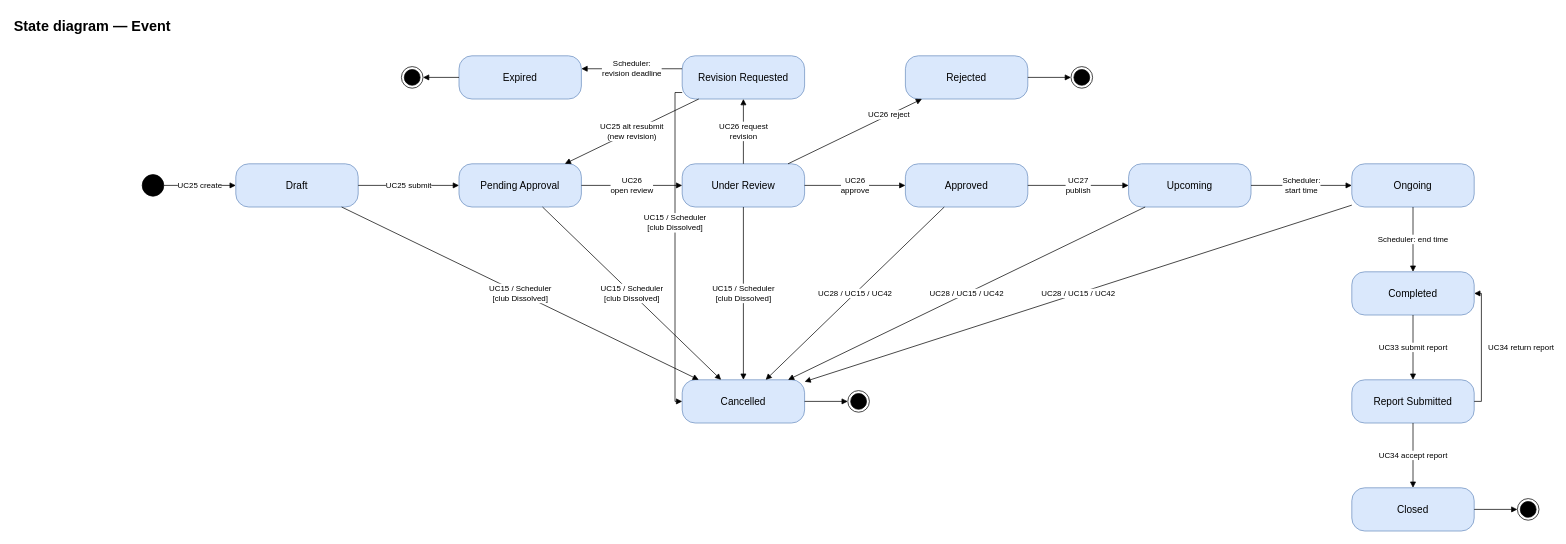
The draw.io diagram page "Event" (6 of 8) of docs/03-diagrams/UCMS_State_Diagrams.drawio in nvdekay/ClubManagementSystem, before the edit. Source tidied: cells renumbered, new cells numbered last; positions are measured from the earlier drawing's top-left corner, leaving out a move shared by most shapes. Both pictures are drawn from the tidied source at 72%, with x=0, y=0 at pixel (12, 12).
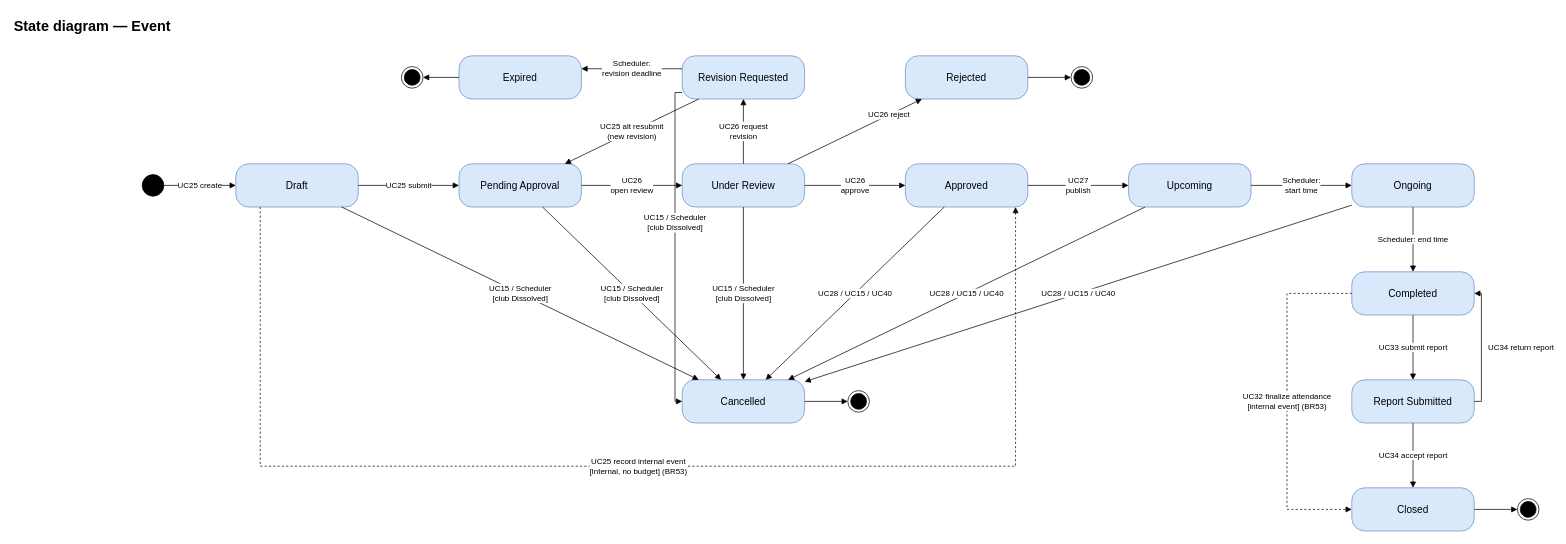
After the change.

The change refers to these unchanged cells:
```xml
<mxCell id="5" value="Draft" style="rounded=1;arcSize=30;whiteSpace=wrap;html=1;fillColor=#dae8fc;strokeColor=#6c8ebf;fontSize=14;" parent="1" vertex="1">
  <mxGeometry x="310" y="210" width="170" height="60" as="geometry" />
</mxCell>
<mxCell id="8" value="Approved" style="rounded=1;arcSize=30;whiteSpace=wrap;html=1;fillColor=#dae8fc;strokeColor=#6c8ebf;fontSize=14;" parent="1" vertex="1">
  <mxGeometry x="1240" y="210" width="170" height="60" as="geometry" />
</mxCell>
<mxCell id="9" value="Upcoming" style="rounded=1;arcSize=30;whiteSpace=wrap;html=1;fillColor=#dae8fc;strokeColor=#6c8ebf;fontSize=14;" parent="1" vertex="1">
  <mxGeometry x="1550" y="210" width="170" height="60" as="geometry" />
</mxCell>
<mxCell id="10" value="Ongoing" style="rounded=1;arcSize=30;whiteSpace=wrap;html=1;fillColor=#dae8fc;strokeColor=#6c8ebf;fontSize=14;" parent="1" vertex="1">
  <mxGeometry x="1860" y="210" width="170" height="60" as="geometry" />
</mxCell>
<mxCell id="11" value="Completed" style="rounded=1;arcSize=30;whiteSpace=wrap;html=1;fillColor=#dae8fc;strokeColor=#6c8ebf;fontSize=14;" parent="1" vertex="1">
  <mxGeometry x="1860" y="360" width="170" height="60" as="geometry" />
</mxCell>
<mxCell id="13" value="Closed" style="rounded=1;arcSize=30;whiteSpace=wrap;html=1;fillColor=#dae8fc;strokeColor=#6c8ebf;fontSize=14;" parent="1" vertex="1">
  <mxGeometry x="1860" y="660" width="170" height="60" as="geometry" />
</mxCell>
<mxCell id="14" value="Cancelled" style="rounded=1;arcSize=30;whiteSpace=wrap;html=1;fillColor=#dae8fc;strokeColor=#6c8ebf;fontSize=14;" parent="1" vertex="1">
  <mxGeometry x="930" y="510" width="170" height="60" as="geometry" />
</mxCell>
```

What changed in the source:
```diff
@@
-    <mxCell id="35" value="UC28 / UC15 / UC42" style="endArrow=block;endFill=1;html=1;rounded=0;fontSize=11;labelBackgroundColor=#ffffff;" parent="1" edge="1" source="8" target="14">
+    <mxCell id="35" value="UC28 / UC15 / UC40" style="endArrow=block;endFill=1;html=1;rounded=0;fontSize=11;labelBackgroundColor=#ffffff;" parent="1" edge="1" source="8" target="14">
       <mxGeometry relative="1" as="geometry" />
     </mxCell>
-    <mxCell id="36" value="UC28 / UC15 / UC42" style="endArrow=block;endFill=1;html=1;rounded=0;fontSize=11;labelBackgroundColor=#ffffff;" parent="1" edge="1" source="9" target="14">
+    <mxCell id="36" value="UC28 / UC15 / UC40" style="endArrow=block;endFill=1;html=1;rounded=0;fontSize=11;labelBackgroundColor=#ffffff;" parent="1" edge="1" source="9" target="14">
       <mxGeometry relative="1" as="geometry" />
     </mxCell>
-    <mxCell id="37" value="UC28 / UC15 / UC42" style="endArrow=block;endFill=1;html=1;rounded=0;fontSize=11;labelBackgroundColor=#ffffff;" parent="1" edge="1" source="10" target="14">
+    <mxCell id="37" value="UC28 / UC15 / UC40" style="endArrow=block;endFill=1;html=1;rounded=0;fontSize=11;labelBackgroundColor=#ffffff;" parent="1" edge="1" source="10" target="14">
       <mxGeometry relative="1" as="geometry" />
     </mxCell>
@@
+    <mxCell id="46" value="UC25 record internal event&lt;br&gt;[Internal, no budget] (BR53)" style="endArrow=block;endFill=1;html=1;rounded=0;fontSize=11;labelBackgroundColor=#ffffff;edgeStyle=orthogonalEdgeStyle;dashed=1;exitX=0.2;exitY=1;entryX=0.9;entryY=1;" parent="1" edge="1" source="5" target="8">
+      <mxGeometry relative="1" as="geometry">
+        <Array as="points">
+          <mxPoint x="344" y="630" />
+          <mxPoint x="1393" y="630" />
+        </Array>
+      </mxGeometry>
+    </mxCell>
+    <mxCell id="47" value="UC32 finalize attendance&lt;br&gt;[internal event] (BR53)" style="endArrow=block;endFill=1;html=1;rounded=0;fontSize=11;labelBackgroundColor=#ffffff;edgeStyle=orthogonalEdgeStyle;dashed=1;exitX=0;exitY=0.5;entryX=0;entryY=0.5;" parent="1" edge="1" source="11" target="13">
+      <mxGeometry relative="1" as="geometry">
+        <Array as="points">
+          <mxPoint x="1770" y="390" />
+          <mxPoint x="1770" y="690" />
+        </Array>
+      </mxGeometry>
+    </mxCell>
```
